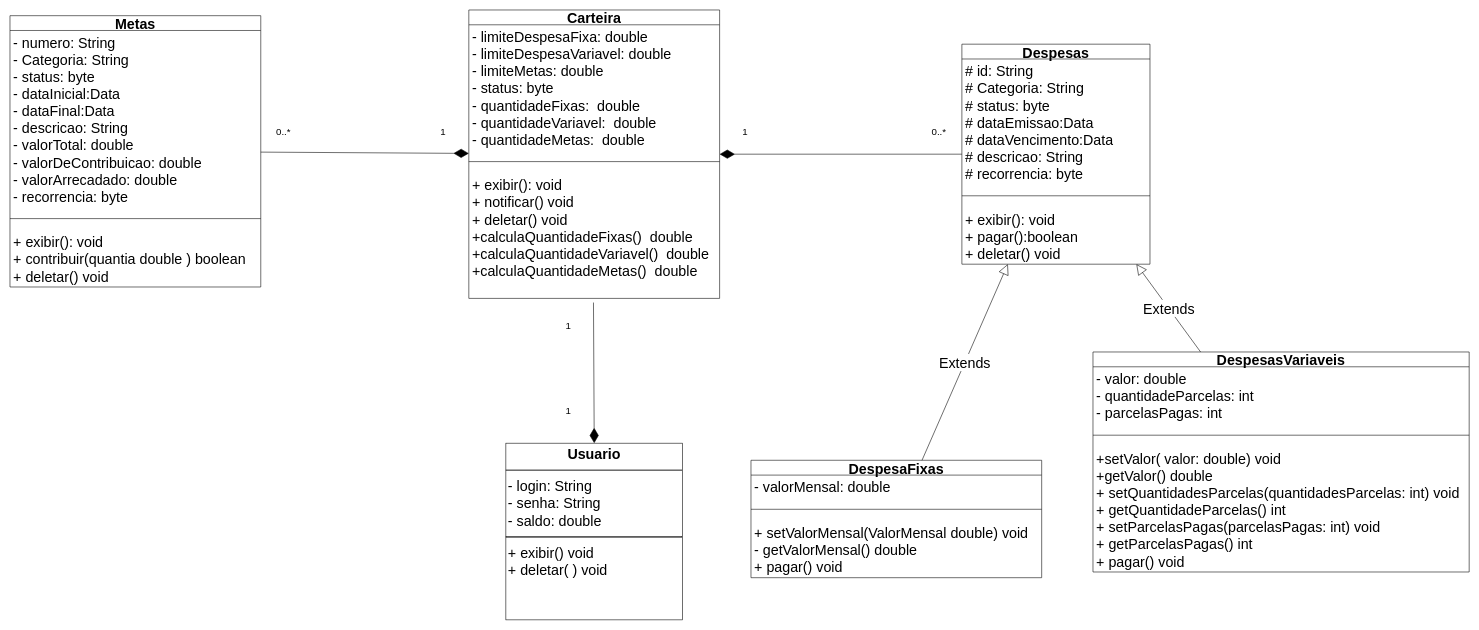
This is Diagrama de classe Controle-Financeiro.drawio from josevictoraraujorojas/Controle-Financeiro, a draw.io file, before an edit. Source tidied: cells renumbered, new cells numbered last; positions are measured from the earlier drawing's top-left corner, leaving out a move shared by most shapes. Both pictures are drawn from the tidied source at 57%, with x=0, y=0 at pixel (10, 10).
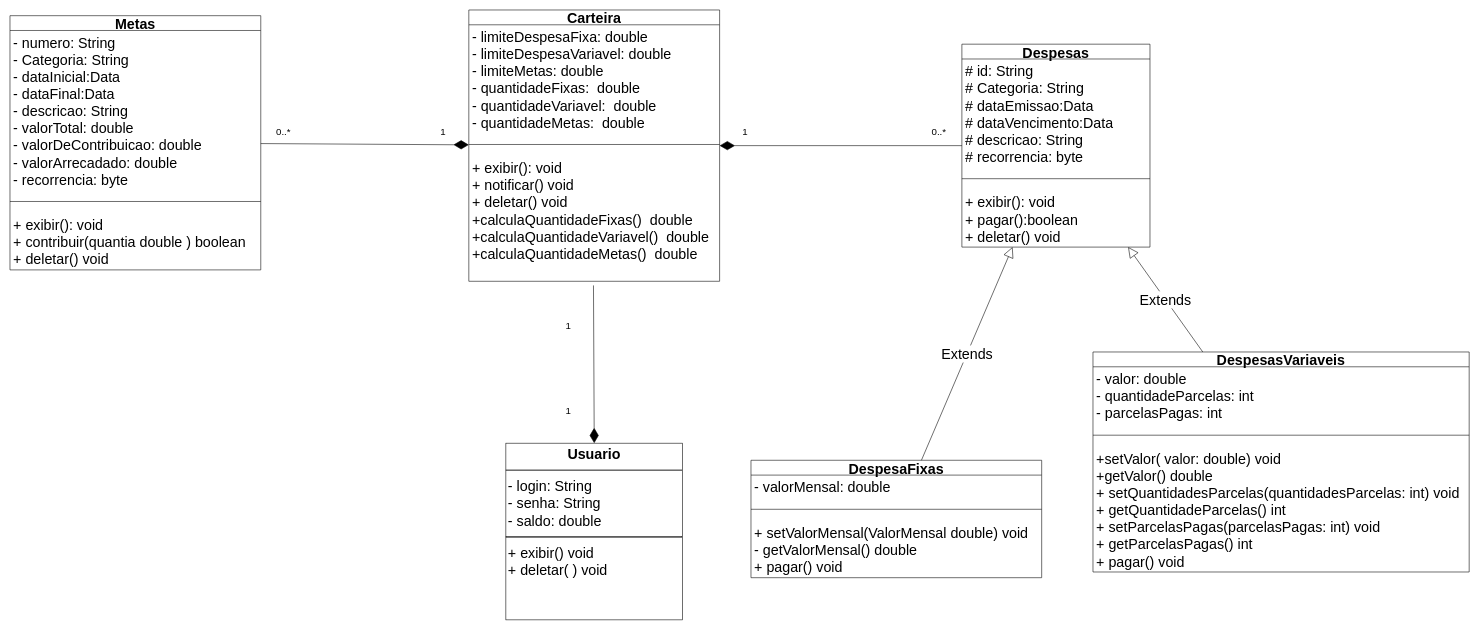
The same page after the edit.

Diff of the diagram source:
```diff
@@
     <mxCell id="3" value="Despesas" style="swimlane;fontStyle=1;align=center;verticalAlign=top;horizontal=1;startSize=26;whiteSpace=wrap;html=1;fontSize=25;spacingTop=-7;" parent="1" vertex="1">
-      <mxGeometry x="1670" y="60" width="330" height="386" as="geometry" />
+      <mxGeometry x="1670" y="60" width="330" height="356" as="geometry" />
     </mxCell>
-    <mxCell id="4" value="&lt;div style=&quot;font-size: 25px;&quot;&gt;&lt;span style=&quot;background-color: initial; font-size: 25px;&quot;&gt;# id: String&lt;/span&gt;&lt;/div&gt;&lt;div style=&quot;font-size: 25px;&quot;&gt;&lt;span style=&quot;background-color: initial; font-size: 25px;&quot;&gt;# Categoria: String&lt;/span&gt;&lt;br style=&quot;font-size: 25px;&quot;&gt;&lt;/div&gt;&lt;div style=&quot;font-size: 25px;&quot;&gt;&lt;span style=&quot;background-color: initial; font-size: 25px;&quot;&gt;# status: byte&lt;/span&gt;&lt;/div&gt;&lt;div style=&quot;font-size: 25px;&quot;&gt;# dataEmissao:Data&lt;/div&gt;&lt;div style=&quot;font-size: 25px;&quot;&gt;&lt;span style=&quot;background-color: initial; font-size: 25px;&quot;&gt;# dataVencimento:Data&lt;/span&gt;&lt;/div&gt;&lt;div style=&quot;font-size: 25px;&quot;&gt;&lt;span style=&quot;background-color: initial; font-size: 25px;&quot;&gt;# descricao: String&lt;/span&gt;&lt;/div&gt;&lt;div style=&quot;font-size: 25px;&quot;&gt;&lt;span style=&quot;background-color: initial; font-size: 25px;&quot;&gt;# recorrencia: byte&lt;/span&gt;&lt;/div&gt;" style="text;strokeColor=none;fillColor=none;align=left;verticalAlign=top;spacingLeft=4;spacingRight=4;overflow=hidden;whiteSpace=wrap;html=1;fontSize=25;" parent="3" vertex="1">
-      <mxGeometry y="26" width="330" height="220" as="geometry" />
+    <mxCell id="4" value="&lt;div style=&quot;font-size: 25px;&quot;&gt;&lt;span style=&quot;background-color: initial; font-size: 25px;&quot;&gt;# id: String&lt;/span&gt;&lt;/div&gt;&lt;div style=&quot;font-size: 25px;&quot;&gt;&lt;span style=&quot;background-color: initial; font-size: 25px;&quot;&gt;# Categoria: String&lt;/span&gt;&lt;/div&gt;&lt;div style=&quot;font-size: 25px;&quot;&gt;# dataEmissao:Data&lt;/div&gt;&lt;div style=&quot;font-size: 25px;&quot;&gt;&lt;span style=&quot;background-color: initial; font-size: 25px;&quot;&gt;# dataVencimento:Data&lt;/span&gt;&lt;/div&gt;&lt;div style=&quot;font-size: 25px;&quot;&gt;&lt;span style=&quot;background-color: initial; font-size: 25px;&quot;&gt;# descricao: String&lt;/span&gt;&lt;/div&gt;&lt;div style=&quot;font-size: 25px;&quot;&gt;&lt;span style=&quot;background-color: initial; font-size: 25px;&quot;&gt;# recorrencia: byte&lt;/span&gt;&lt;/div&gt;" style="text;strokeColor=none;fillColor=none;align=left;verticalAlign=top;spacingLeft=4;spacingRight=4;overflow=hidden;whiteSpace=wrap;html=1;fontSize=25;" parent="3" vertex="1">
+      <mxGeometry y="26" width="330" height="190" as="geometry" />
     </mxCell>
     <mxCell id="5" style="line;strokeWidth=1;fillColor=none;align=left;verticalAlign=middle;spacingTop=-1;spacingLeft=3;spacingRight=3;labelPosition=right;strokeColor=inherit;fontSize=25;" parent="3" vertex="1">
-      <mxGeometry y="246" width="330" height="40" as="geometry" />
+      <mxGeometry y="216" width="330" height="40" as="geometry" />
     </mxCell>
     <mxCell id="6" value="&lt;div style=&quot;font-size: 25px;&quot;&gt;&lt;span style=&quot;background-color: initial; font-size: 25px;&quot;&gt;+ exibir(): void&lt;/span&gt;&lt;br style=&quot;font-size: 25px;&quot;&gt;&lt;/div&gt;&lt;div style=&quot;font-size: 25px;&quot;&gt;+ pagar():boolean&lt;/div&gt;&lt;div style=&quot;font-size: 25px;&quot;&gt;+ deletar() void&lt;/div&gt;" style="text;strokeColor=none;fillColor=none;align=left;verticalAlign=top;spacingLeft=4;spacingRight=4;overflow=hidden;whiteSpace=wrap;html=1;fontSize=25;" parent="3" vertex="1">
-      <mxGeometry y="286" width="330" height="100" as="geometry" />
+      <mxGeometry y="256" width="330" height="100" as="geometry" />
     </mxCell>
@@
     <mxCell id="15" value="Metas" style="swimlane;fontStyle=1;align=center;verticalAlign=top;horizontal=1;startSize=26;whiteSpace=wrap;html=1;fontSize=25;spacingTop=-7;" parent="1" vertex="1">
-      <mxGeometry y="10" width="440" height="476" as="geometry" />
+      <mxGeometry y="10" width="440" height="446" as="geometry" />
     </mxCell>
-    <mxCell id="16" value="&lt;div style=&quot;font-size: 25px;&quot;&gt;&lt;span style=&quot;background-color: initial; font-size: 25px;&quot;&gt;- numero: String&lt;/span&gt;&lt;/div&gt;&lt;div style=&quot;font-size: 25px;&quot;&gt;&lt;span style=&quot;background-color: initial; font-size: 25px;&quot;&gt;- Categoria: String&lt;/span&gt;&lt;br style=&quot;font-size: 25px;&quot;&gt;&lt;/div&gt;&lt;div style=&quot;font-size: 25px;&quot;&gt;&lt;span style=&quot;background-color: initial; font-size: 25px;&quot;&gt;- status: byte&lt;/span&gt;&lt;/div&gt;&lt;div style=&quot;font-size: 25px;&quot;&gt;- dataInicial:Data&lt;/div&gt;&lt;div style=&quot;font-size: 25px;&quot;&gt;&lt;span style=&quot;background-color: initial; font-size: 25px;&quot;&gt;- dataFinal:Data&lt;/span&gt;&lt;/div&gt;&lt;div style=&quot;font-size: 25px;&quot;&gt;&lt;span style=&quot;background-color: initial; font-size: 25px;&quot;&gt;- descricao: String&lt;/span&gt;&lt;/div&gt;&lt;div style=&quot;font-size: 25px;&quot;&gt;&lt;span style=&quot;background-color: initial; font-size: 25px;&quot;&gt;- valorTotal: double&lt;/span&gt;&lt;/div&gt;&lt;div style=&quot;font-size: 25px;&quot;&gt;&lt;span style=&quot;background-color: initial; font-size: 25px;&quot;&gt;- valorDeContribuicao: double&lt;/span&gt;&lt;/div&gt;&lt;div style=&quot;font-size: 25px;&quot;&gt;&lt;span style=&quot;background-color: initial; font-size: 25px;&quot;&gt;- valorArrecadado: double&lt;/span&gt;&lt;/div&gt;&lt;div style=&quot;font-size: 25px;&quot;&gt;- recorrencia: byte&lt;/div&gt;" style="text;strokeColor=none;fillColor=none;align=left;verticalAlign=top;spacingLeft=4;spacingRight=4;overflow=hidden;whiteSpace=wrap;html=1;fontSize=25;" parent="15" vertex="1">
-      <mxGeometry y="26" width="440" height="310" as="geometry" />
+    <mxCell id="16" value="&lt;div style=&quot;font-size: 25px;&quot;&gt;&lt;span style=&quot;background-color: initial; font-size: 25px;&quot;&gt;- numero: String&lt;/span&gt;&lt;/div&gt;&lt;div style=&quot;font-size: 25px;&quot;&gt;&lt;span style=&quot;background-color: initial; font-size: 25px;&quot;&gt;- Categoria: String&lt;/span&gt;&lt;/div&gt;&lt;div style=&quot;font-size: 25px;&quot;&gt;- dataInicial:Data&lt;/div&gt;&lt;div style=&quot;font-size: 25px;&quot;&gt;&lt;span style=&quot;background-color: initial; font-size: 25px;&quot;&gt;- dataFinal:Data&lt;/span&gt;&lt;/div&gt;&lt;div style=&quot;font-size: 25px;&quot;&gt;&lt;span style=&quot;background-color: initial; font-size: 25px;&quot;&gt;- descricao: String&lt;/span&gt;&lt;/div&gt;&lt;div style=&quot;font-size: 25px;&quot;&gt;&lt;span style=&quot;background-color: initial; font-size: 25px;&quot;&gt;- valorTotal: double&lt;/span&gt;&lt;/div&gt;&lt;div style=&quot;font-size: 25px;&quot;&gt;&lt;span style=&quot;background-color: initial; font-size: 25px;&quot;&gt;- valorDeContribuicao: double&lt;/span&gt;&lt;/div&gt;&lt;div style=&quot;font-size: 25px;&quot;&gt;&lt;span style=&quot;background-color: initial; font-size: 25px;&quot;&gt;- valorArrecadado: double&lt;/span&gt;&lt;/div&gt;&lt;div style=&quot;font-size: 25px;&quot;&gt;- recorrencia: byte&lt;/div&gt;" style="text;strokeColor=none;fillColor=none;align=left;verticalAlign=top;spacingLeft=4;spacingRight=4;overflow=hidden;whiteSpace=wrap;html=1;fontSize=25;" parent="15" vertex="1">
+      <mxGeometry y="26" width="440" height="280" as="geometry" />
     </mxCell>
     <mxCell id="17" style="line;strokeWidth=1;fillColor=none;align=left;verticalAlign=middle;spacingTop=-1;spacingLeft=3;spacingRight=3;labelPosition=right;strokeColor=inherit;fontSize=25;" parent="15" vertex="1">
-      <mxGeometry y="336" width="440" height="40" as="geometry" />
+      <mxGeometry y="306" width="440" height="40" as="geometry" />
     </mxCell>
     <mxCell id="18" value="&lt;div style=&quot;font-size: 25px;&quot;&gt;&lt;span style=&quot;background-color: initial; font-size: 25px;&quot;&gt;+ exibir(): void&lt;/span&gt;&lt;br style=&quot;font-size: 25px;&quot;&gt;&lt;/div&gt;&lt;div style=&quot;font-size: 25px;&quot;&gt;+ contribuir(quantia double ) boolean&lt;/div&gt;&lt;div style=&quot;font-size: 25px;&quot;&gt;+ deletar() void&lt;/div&gt;" style="text;strokeColor=none;fillColor=none;align=left;verticalAlign=top;spacingLeft=4;spacingRight=4;overflow=hidden;whiteSpace=wrap;html=1;fontSize=25;" parent="15" vertex="1">
-      <mxGeometry y="376" width="440" height="100" as="geometry" />
+      <mxGeometry y="346" width="440" height="100" as="geometry" />
     </mxCell>
     <mxCell id="19" value="Carteira" style="swimlane;fontStyle=1;align=center;verticalAlign=top;horizontal=1;startSize=26;whiteSpace=wrap;html=1;fontSize=25;spacingTop=-7;" parent="1" vertex="1">
-      <mxGeometry x="805" width="440" height="506" as="geometry" />
+      <mxGeometry x="805" width="440" height="476" as="geometry" />
     </mxCell>
-    <mxCell id="20" value="- limiteDespesaFixa: double&lt;div style=&quot;font-size: 25px;&quot;&gt;- limiteDespesaVariavel: double&lt;br style=&quot;font-size: 25px;&quot;&gt;&lt;/div&gt;&lt;div style=&quot;font-size: 25px;&quot;&gt;- limiteMetas: double&lt;/div&gt;&lt;div style=&quot;font-size: 25px;&quot;&gt;- status: byte&lt;/div&gt;&lt;div style=&quot;font-size: 25px;&quot;&gt;- q&lt;span style=&quot;background-color: initial;&quot;&gt;uantidadeFixas:&amp;nbsp; double&lt;/span&gt;&lt;/div&gt;&lt;div style=&quot;font-size: 25px;&quot;&gt;- q&lt;span style=&quot;background-color: initial;&quot;&gt;uantidadeVariavel:&amp;nbsp; double&lt;/span&gt;&lt;br&gt;&lt;/div&gt;&lt;div style=&quot;font-size: 25px;&quot;&gt;- q&lt;span style=&quot;background-color: initial;&quot;&gt;uantidadeMetas:&amp;nbsp; double&lt;/span&gt;&lt;span style=&quot;background-color: initial;&quot;&gt;&lt;br&gt;&lt;/span&gt;&lt;/div&gt;" style="text;strokeColor=none;fillColor=none;align=left;verticalAlign=top;spacingLeft=4;spacingRight=4;overflow=hidden;whiteSpace=wrap;html=1;fontSize=25;" parent="19" vertex="1">
-      <mxGeometry y="26" width="440" height="220" as="geometry" />
+    <mxCell id="20" value="- limiteDespesaFixa: double&lt;div style=&quot;font-size: 25px;&quot;&gt;- limiteDespesaVariavel: double&lt;br style=&quot;font-size: 25px;&quot;&gt;&lt;/div&gt;&lt;div style=&quot;font-size: 25px;&quot;&gt;- limiteMetas: double&lt;/div&gt;&lt;div style=&quot;font-size: 25px;&quot;&gt;- q&lt;span style=&quot;background-color: initial;&quot;&gt;uantidadeFixas:&amp;nbsp; double&lt;/span&gt;&lt;/div&gt;&lt;div style=&quot;font-size: 25px;&quot;&gt;- q&lt;span style=&quot;background-color: initial;&quot;&gt;uantidadeVariavel:&amp;nbsp; double&lt;/span&gt;&lt;br&gt;&lt;/div&gt;&lt;div style=&quot;font-size: 25px;&quot;&gt;- q&lt;span style=&quot;background-color: initial;&quot;&gt;uantidadeMetas:&amp;nbsp; double&lt;/span&gt;&lt;span style=&quot;background-color: initial;&quot;&gt;&lt;br&gt;&lt;/span&gt;&lt;/div&gt;" style="text;strokeColor=none;fillColor=none;align=left;verticalAlign=top;spacingLeft=4;spacingRight=4;overflow=hidden;whiteSpace=wrap;html=1;fontSize=25;" parent="19" vertex="1">
+      <mxGeometry y="26" width="440" height="190" as="geometry" />
     </mxCell>
     <mxCell id="21" style="line;strokeWidth=1;fillColor=none;align=left;verticalAlign=middle;spacingTop=-1;spacingLeft=3;spacingRight=3;labelPosition=right;strokeColor=inherit;fontSize=25;" parent="19" vertex="1">
-      <mxGeometry y="246" width="440" height="40" as="geometry" />
+      <mxGeometry y="216" width="440" height="40" as="geometry" />
     </mxCell>
     <mxCell id="22" value="&lt;div style=&quot;font-size: 25px;&quot;&gt;&lt;span style=&quot;background-color: initial; font-size: 25px;&quot;&gt;+ exibir(): void&lt;/span&gt;&lt;/div&gt;&lt;div style=&quot;font-size: 25px;&quot;&gt;&lt;span style=&quot;background-color: initial; font-size: 25px;&quot;&gt;+ notificar() void&lt;/span&gt;&lt;/div&gt;&lt;div style=&quot;font-size: 25px;&quot;&gt;+ deletar() void&lt;/div&gt;&lt;div style=&quot;font-size: 25px;&quot;&gt;+calculaQuantidadeFixas()&amp;nbsp; double&lt;/div&gt;&lt;div style=&quot;font-size: 25px;&quot;&gt;+calculaQuantidadeVariavel()&amp;nbsp; double&lt;br style=&quot;font-size: 25px;&quot;&gt;&lt;/div&gt;&lt;div style=&quot;font-size: 25px;&quot;&gt;+calculaQuantidadeMetas()&amp;nbsp; double&lt;br style=&quot;font-size: 25px;&quot;&gt;&lt;/div&gt;&lt;div style=&quot;font-size: 25px;&quot;&gt;&lt;br style=&quot;font-size: 25px;&quot;&gt;&lt;/div&gt;" style="text;strokeColor=none;fillColor=none;align=left;verticalAlign=top;spacingLeft=4;spacingRight=4;overflow=hidden;points=[[0,0.5],[1,0.5]];portConstraint=eastwest;whiteSpace=wrap;html=1;fontSize=25;" parent="19" vertex="1">
-      <mxGeometry y="286" width="440" height="220" as="geometry" />
+      <mxGeometry y="256" width="440" height="220" as="geometry" />
     </mxCell>
```
